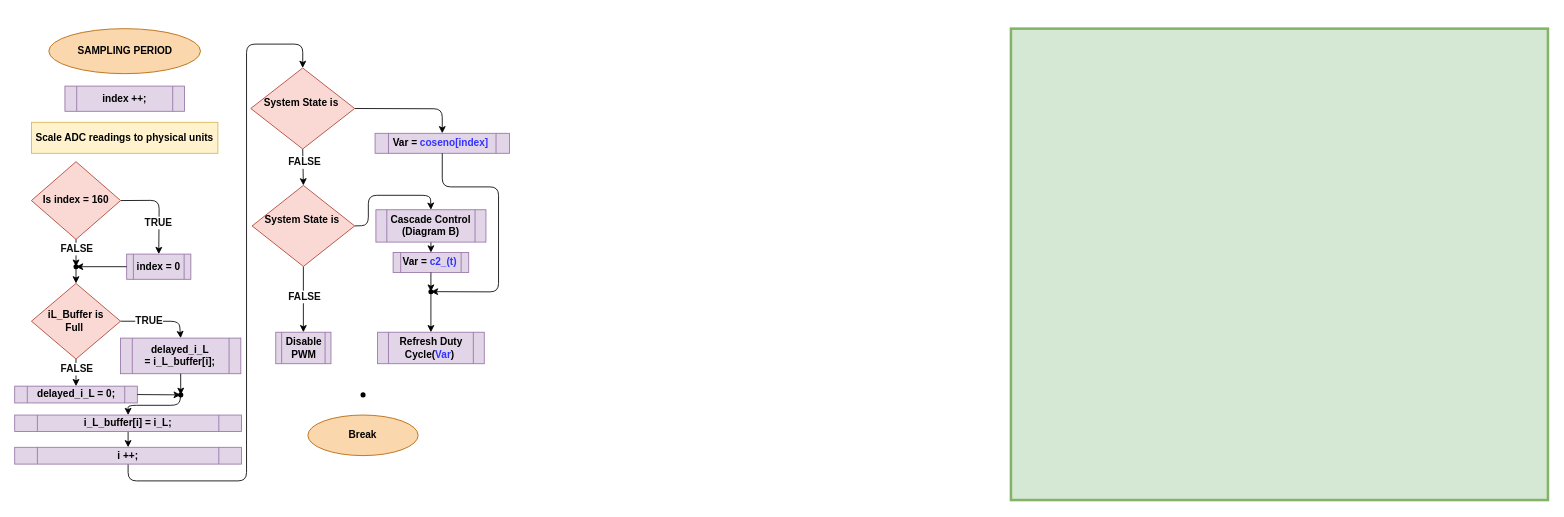
The draw.io diagram page "Control_Algorithm_V2" (3 of 5) of GF-Diagrams.drawio in JoseTrinidadLM/GRID_FORMING_STM32F446RE_PA, before the edit. Source tidied: cells renumbered, new cells numbered last; positions are measured from the earlier drawing's top-left corner, leaving out a move shared by most shapes. Both pictures are drawn from the tidied source at 84%, with x=0, y=0 at pixel (14, 29).
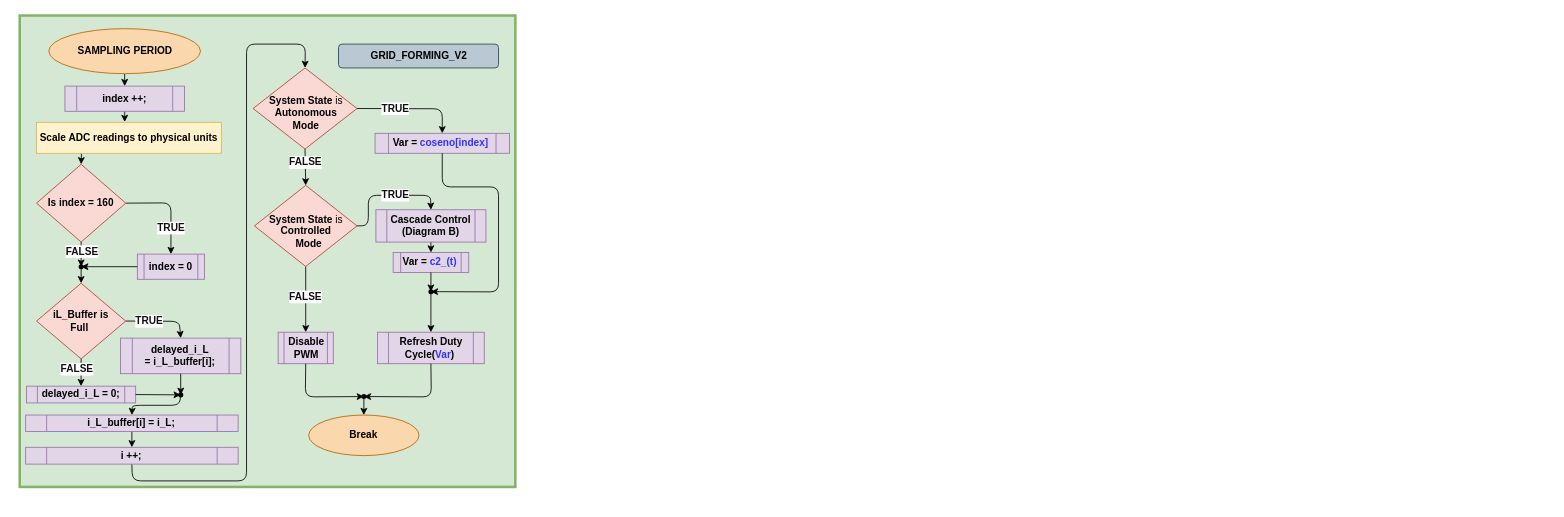
Above is the later version.

Commit message:
Flow Chart with GRID_FORMING_V2 in GF-Diagrams.drawio

The change refers to these unchanged cells:
```xml
<mxCell id="2" value="SAMPLING PERIOD" style="ellipse;whiteSpace=wrap;html=1;fillColor=#fad7ac;strokeColor=#b46504;fontStyle=1;" parent="1" vertex="1">
  <mxGeometry x="40.6" y="-0.4" width="180.6" height="53.6" as="geometry" />
</mxCell>
<mxCell id="7" value="&lt;div&gt;&lt;font style=&quot;color: rgb(0, 0, 0);&quot;&gt;index ++;&lt;/font&gt;&lt;/div&gt;" style="shape=process;whiteSpace=wrap;html=1;backgroundOutline=1;fontStyle=1;fillColor=#e1d5e7;strokeColor=#9673a6;" parent="1" vertex="1">
  <mxGeometry x="59.8" y="68" width="142.3" height="30" as="geometry" />
</mxCell>
<mxCell id="33" style="shape=waypoint;sketch=0;fillStyle=solid;size=6;points=[];fillColor=none;perimeter=centerPerimeter;snapToPoint=1;strokeColor=light-dark(#000000,#000000);" parent="1" vertex="1">
  <mxGeometry x="187.7" y="425.6" width="20" height="20" as="geometry" />
</mxCell>
<mxCell id="37" value="Refresh Duty Cycle(&lt;font style=&quot;color: rgb(51, 51, 255);&quot;&gt;Var&lt;/font&gt;)&amp;nbsp;" style="shape=process;whiteSpace=wrap;html=1;backgroundOutline=1;fontStyle=1;fillColor=#e1d5e7;strokeColor=#9673a6;" parent="1" vertex="1">
  <mxGeometry x="432" y="361" width="127" height="37.5" as="geometry" />
</mxCell>
```

Diff of the diagram source:
```diff
@@
+    <mxCell id="49" style="rounded=0;whiteSpace=wrap;html=1;strokeColor=#82b366;fillColor=#d5e8d4;strokeWidth=3;" parent="1" vertex="1">
+      <mxGeometry x="6" y="-16" width="590" height="561.2" as="geometry" />
+    </mxCell>
+    <mxCell id="50" style="edgeStyle=none;html=1;exitX=0.5;exitY=1;exitDx=0;exitDy=0;entryX=0.5;entryY=0;entryDx=0;entryDy=0;" parent="1" edge="1" source="2" target="7">
+      <mxGeometry relative="1" as="geometry" />
+    </mxCell>
@@
+    <mxCell id="51" style="edgeStyle=none;html=1;exitX=0.243;exitY=1.003;exitDx=0;exitDy=0;entryX=0.5;entryY=0;entryDx=0;entryDy=0;exitPerimeter=0;" parent="1" edge="1" source="3" target="5">
+      <mxGeometry relative="1" as="geometry" />
+    </mxCell>
     <mxCell id="3" value="Scale ADC readings to physical units" style="whiteSpace=wrap;html=1;fontStyle=1;fillColor=#fff2cc;strokeColor=#d6b656;" parent="1" vertex="1">
-      <mxGeometry x="19.9" y="111.1" width="222" height="36.9" as="geometry" />
+      <mxGeometry x="26" y="111.1" width="220" height="36.9" as="geometry" />
     </mxCell>
     <mxCell id="4" style="edgeStyle=none;html=1;exitX=1;exitY=0.5;exitDx=0;exitDy=0;entryX=0.5;entryY=0;entryDx=0;entryDy=0;" parent="1" edge="1" source="5" target="8">
       <mxGeometry relative="1" as="geometry">
         <Array as="points">
-          <mxPoint x="172" y="204" />
+          <mxPoint x="186" y="207" />
         </Array>
       </mxGeometry>
     </mxCell>
     <mxCell id="5" value="Is index = 160" style="rhombus;whiteSpace=wrap;html=1;fontStyle=1;fillColor=#fad9d5;strokeColor=#ae4132;" parent="1" vertex="1">
-      <mxGeometry x="19.9" y="158" width="106.2" height="92.5" as="geometry" />
+      <mxGeometry x="26" y="161.1" width="106.2" height="92.5" as="geometry" />
     </mxCell>
-    <mxCell id="6" value="&lt;font style=&quot;color: light-dark(rgb(15, 15, 15), rgb(36, 36, 36));&quot;&gt;TRUE&lt;/font&gt;" style="text;html=1;whiteSpace=wrap;strokeColor=none;fillColor=none;align=center;verticalAlign=middle;rounded=0;labelBackgroundColor=default;fontStyle=1;" parent="1" vertex="1">
-      <mxGeometry x="144.1" y="215.2" width="54.7" height="32.2" as="geometry" />
-    </mxCell>
+    <mxCell id="52" style="edgeStyle=none;html=1;exitX=0.5;exitY=1;exitDx=0;exitDy=0;entryX=0.477;entryY=-0.01;entryDx=0;entryDy=0;entryPerimeter=0;" parent="1" edge="1" source="7" target="3">
+      <mxGeometry relative="1" as="geometry" />
+    </mxCell>
@@
     <mxCell id="8" value="index = 0" style="shape=process;whiteSpace=wrap;html=1;backgroundOutline=1;fontStyle=1;fillColor=#e1d5e7;strokeColor=#9673a6;" parent="1" vertex="1">
-      <mxGeometry x="133.3" y="268" width="76.4" height="30" as="geometry" />
+      <mxGeometry x="146" y="268" width="80" height="30" as="geometry" />
     </mxCell>
     <mxCell id="9" style="shape=waypoint;sketch=0;fillStyle=solid;size=6;points=[];fillColor=none;perimeter=centerPerimeter;snapToPoint=1;strokeColor=light-dark(#000000,#000000);" parent="1" vertex="1">
-      <mxGeometry x="63" y="273" width="20" height="20" as="geometry" />
+      <mxGeometry x="69.1" y="273" width="20" height="20" as="geometry" />
     </mxCell>
@@
     <mxCell id="12" value="&lt;font style=&quot;color: rgb(0, 0, 0);&quot;&gt;iL_Buffer is&lt;/font&gt;&lt;div&gt;&lt;font style=&quot;color: rgb(0, 0, 0);&quot;&gt;Full&amp;nbsp;&lt;/font&gt;&lt;/div&gt;" style="rhombus;whiteSpace=wrap;html=1;fontStyle=1;fillColor=#fad9d5;strokeColor=#ae4132;" parent="1" vertex="1">
-      <mxGeometry x="19.9" y="302.9" width="106.1" height="90" as="geometry" />
+      <mxGeometry x="26" y="302.7" width="106.1" height="90" as="geometry" />
     </mxCell>
@@
     <mxCell id="14" value="delayed_i_L = 0;" style="shape=process;whiteSpace=wrap;html=1;backgroundOutline=1;fontStyle=1;fillColor=#e1d5e7;strokeColor=#9673a6;" parent="1" vertex="1">
-      <mxGeometry y="425.2" width="146" height="20" as="geometry" />
+      <mxGeometry x="14" y="425.2" width="130" height="20" as="geometry" />
     </mxCell>
@@
-    <mxCell id="17" value="System State is&amp;nbsp;&lt;div&gt;&lt;br&gt;&lt;/div&gt;" style="rhombus;whiteSpace=wrap;html=1;fontStyle=1;fillColor=#fad9d5;strokeColor=#ae4132;" parent="1" vertex="1">
-      <mxGeometry x="281" y="46.4" width="123.7" height="96.5" as="geometry" />
+    <mxCell id="17" style="rhombus;whiteSpace=wrap;html=1;fontStyle=1;fillColor=#fad9d5;strokeColor=#ae4132;" parent="1" vertex="1">
+      <mxGeometry x="283.8" y="46.4" width="123.7" height="96.5" as="geometry" />
     </mxCell>
@@
-    <mxCell id="20" value="System State is&amp;nbsp;&lt;div&gt;&lt;br&gt;&lt;/div&gt;" style="rhombus;whiteSpace=wrap;html=1;fontStyle=1;fillColor=#fad9d5;strokeColor=#ae4132;" parent="1" vertex="1">
-      <mxGeometry x="282.6" y="186.2" width="122.1" height="96.5" as="geometry" />
+    <mxCell id="20" value="&lt;div&gt;&lt;br&gt;&lt;/div&gt;" style="rhombus;whiteSpace=wrap;html=1;fontStyle=1;fillColor=#fad9d5;strokeColor=#ae4132;" parent="1" vertex="1">
+      <mxGeometry x="285.4" y="186.2" width="122.1" height="96.5" as="geometry" />
     </mxCell>
@@
     <mxCell id="23" value="Disable PWM" style="shape=process;whiteSpace=wrap;html=1;backgroundOutline=1;fontStyle=1;fillColor=#e1d5e7;strokeColor=#9673a6;" parent="1" vertex="1">
-      <mxGeometry x="310.8" y="361" width="65.7" height="37.5" as="geometry" />
+      <mxGeometry x="313.6" y="361" width="65.7" height="37.5" as="geometry" />
     </mxCell>
@@
     <mxCell id="26" value="&lt;div&gt;&lt;font style=&quot;color: rgb(0, 0, 0);&quot;&gt;i_L_buffer[i] = i_L;&lt;/font&gt;&lt;/div&gt;" style="shape=process;whiteSpace=wrap;html=1;backgroundOutline=1;fontStyle=1;fillColor=#e1d5e7;strokeColor=#9673a6;" parent="1" vertex="1">
-      <mxGeometry y="459.6" width="270" height="19.5" as="geometry" />
+      <mxGeometry x="13" y="459.6" width="253" height="19.5" as="geometry" />
     </mxCell>
     <mxCell id="27" style="edgeStyle=none;html=1;exitX=0.5;exitY=1;exitDx=0;exitDy=0;entryX=0.5;entryY=0;entryDx=0;entryDy=0;" parent="1" edge="1" source="28" target="17">
       <mxGeometry relative="1" as="geometry">
         <Array as="points">
-          <mxPoint x="135" y="538" />
+          <mxPoint x="140" y="538" />
           <mxPoint x="276" y="538" />
           <mxPoint x="276" y="18" />
-          <mxPoint x="343" y="18" />
+          <mxPoint x="346" y="18" />
         </Array>
       </mxGeometry>
     </mxCell>
     <mxCell id="28" value="&lt;div&gt;&lt;font style=&quot;color: rgb(0, 0, 0);&quot;&gt;i ++;&lt;/font&gt;&lt;/div&gt;" style="shape=process;whiteSpace=wrap;html=1;backgroundOutline=1;fontStyle=1;fillColor=#e1d5e7;strokeColor=#9673a6;" parent="1" vertex="1">
-      <mxGeometry y="498" width="270" height="20" as="geometry" />
+      <mxGeometry x="13" y="498" width="253" height="20" as="geometry" />
     </mxCell>
@@
     <mxCell id="31" value="&lt;font style=&quot;color: light-dark(rgb(15, 15, 15), rgb(36, 36, 36));&quot;&gt;FALSE&lt;/font&gt;" style="text;html=1;whiteSpace=wrap;strokeColor=none;fillColor=none;align=center;verticalAlign=middle;rounded=0;labelBackgroundColor=default;fontStyle=1;" parent="1" vertex="1">
-      <mxGeometry x="318.3" y="142.9" width="54.7" height="32.2" as="geometry" />
+      <mxGeometry x="319.1" y="142.9" width="54.7" height="32.2" as="geometry" />
     </mxCell>
     <mxCell id="32" value="&lt;font style=&quot;color: light-dark(rgb(15, 15, 15), rgb(36, 36, 36));&quot;&gt;FALSE&lt;/font&gt;" style="text;html=1;whiteSpace=wrap;strokeColor=none;fillColor=none;align=center;verticalAlign=middle;rounded=0;labelBackgroundColor=default;fontStyle=1;" parent="1" vertex="1">
-      <mxGeometry x="317.8" y="302.9" width="54.7" height="32.2" as="geometry" />
+      <mxGeometry x="319.1" y="302.7" width="54.7" height="32.2" as="geometry" />
     </mxCell>
@@
     <mxCell id="36" style="endArrow=classic;html=1;exitX=0.442;exitY=0.974;exitDx=0;exitDy=0;exitPerimeter=0;entryX=0.5;entryY=0;entryDx=0;entryDy=0;" parent="1" edge="1" source="33" target="26">
       <mxGeometry relative="1" as="geometry">
         <Array as="points">
           <mxPoint x="196" y="448" />
-          <mxPoint x="135" y="448" />
+          <mxPoint x="140" y="448" />
         </Array>
       </mxGeometry>
     </mxCell>
@@
     <mxCell id="40" value="Break" style="ellipse;whiteSpace=wrap;html=1;fontStyle=1;fillColor=#fad7ac;strokeColor=#b46504;" parent="1" vertex="1">
-      <mxGeometry x="349" y="459.6" width="131.3" height="48.3" as="geometry" />
+      <mxGeometry x="350" y="459.6" width="131.3" height="48.3" as="geometry" />
     </mxCell>
-    <mxCell id="41" style="edgeStyle=none;html=1;exitX=0.5;exitY=1;exitDx=0;exitDy=0;entryX=0.488;entryY=0.207;entryDx=0;entryDy=0;entryPerimeter=0;" parent="1" edge="1" source="5" target="9">
-      <mxGeometry relative="1" as="geometry" />
-    </mxCell>
-    <mxCell id="42" value="&lt;font style=&quot;color: light-dark(rgb(15, 15, 15), rgb(36, 36, 36));&quot;&gt;FALSE&lt;/font&gt;" style="text;html=1;whiteSpace=wrap;strokeColor=none;fillColor=none;align=center;verticalAlign=middle;rounded=0;labelBackgroundColor=default;fontStyle=1;" parent="1" vertex="1">
-      <mxGeometry x="46.6" y="245.8" width="54.7" height="32.2" as="geometry" />
-    </mxCell>
-    <mxCell id="43" style="endArrow=classic;html=1;exitX=0.431;exitY=0.75;exitDx=0;exitDy=0;exitPerimeter=0;entryX=0.5;entryY=0;entryDx=0;entryDy=0;" parent="1" edge="1" source="9" target="12">
-      <mxGeometry relative="1" as="geometry" />
-    </mxCell>
-    <mxCell id="44" style="edgeStyle=none;html=1;exitX=0;exitY=0.5;exitDx=0;exitDy=0;entryX=0.974;entryY=0.521;entryDx=0;entryDy=0;entryPerimeter=0;" parent="1" edge="1" source="8" target="9">
-      <mxGeometry relative="1" as="geometry" />
-    </mxCell>
@@
     <mxCell id="48" style="shape=waypoint;sketch=0;fillStyle=solid;size=6;points=[];fillColor=none;perimeter=centerPerimeter;snapToPoint=1;strokeColor=light-dark(#000000,#000000);" parent="1" vertex="1">
-      <mxGeometry x="404.7" y="425.6" width="20" height="20" as="geometry" />
+      <mxGeometry x="405.7" y="427.6" width="20" height="20" as="geometry" />
     </mxCell>
-    <mxCell id="49" style="rounded=0;whiteSpace=wrap;html=1;strokeColor=#82b366;fillColor=#d5e8d4;strokeWidth=3;" parent="1" vertex="1">
-      <mxGeometry x="1186" y="-0.4" width="639.3" height="561.2" as="geometry" />
-    </mxCell>
+    <mxCell id="53" style="edgeStyle=none;html=1;exitX=0.5;exitY=1;exitDx=0;exitDy=0;entryX=0.984;entryY=0.508;entryDx=0;entryDy=0;entryPerimeter=0;" parent="1" edge="1" source="37" target="48">
+      <mxGeometry relative="1" as="geometry">
+        <Array as="points">
+          <mxPoint x="496" y="438" />
+        </Array>
+      </mxGeometry>
+    </mxCell>
+    <mxCell id="54" style="edgeStyle=none;html=1;exitX=0.5;exitY=1;exitDx=0;exitDy=0;entryX=0.066;entryY=0.507;entryDx=0;entryDy=0;entryPerimeter=0;" parent="1" edge="1" source="23" target="48">
+      <mxGeometry relative="1" as="geometry">
+        <Array as="points">
+          <mxPoint x="346" y="438" />
+        </Array>
+      </mxGeometry>
+    </mxCell>
+    <mxCell id="55" style="endArrow=classic;html=1;exitX=0.612;exitY=0.99;exitDx=0;exitDy=0;exitPerimeter=0;entryX=0.5;entryY=0;entryDx=0;entryDy=0;" parent="1" edge="1" source="48" target="40">
+      <mxGeometry relative="1" as="geometry" />
+    </mxCell>
+    <mxCell id="44" style="edgeStyle=none;html=1;exitX=0;exitY=0.5;exitDx=0;exitDy=0;entryX=0.898;entryY=0.467;entryDx=0;entryDy=0;entryPerimeter=0;" parent="1" edge="1" source="8" target="9">
+      <mxGeometry relative="1" as="geometry" />
+    </mxCell>
+    <mxCell id="41" style="edgeStyle=none;html=1;exitX=0.5;exitY=1;exitDx=0;exitDy=0;entryX=0.549;entryY=0.018;entryDx=0;entryDy=0;entryPerimeter=0;" parent="1" edge="1" source="5" target="9">
+      <mxGeometry relative="1" as="geometry" />
+    </mxCell>
+    <mxCell id="43" style="endArrow=classic;html=1;exitX=0.605;exitY=0.995;exitDx=0;exitDy=0;exitPerimeter=0;entryX=0.5;entryY=0;entryDx=0;entryDy=0;" parent="1" edge="1" source="9" target="12">
+      <mxGeometry relative="1" as="geometry" />
+    </mxCell>
+    <mxCell id="56" value="&lt;font style=&quot;color: light-dark(rgb(15, 15, 15), rgb(36, 36, 36));&quot;&gt;TRUE&lt;/font&gt;" style="text;html=1;whiteSpace=wrap;strokeColor=none;fillColor=none;align=center;verticalAlign=middle;rounded=0;labelBackgroundColor=default;fontStyle=1;" parent="1" vertex="1">
+      <mxGeometry x="158.6" y="221.2" width="54.7" height="32.2" as="geometry" />
+    </mxCell>
+    <mxCell id="42" value="&lt;font style=&quot;color: light-dark(rgb(15, 15, 15), rgb(36, 36, 36));&quot;&gt;FALSE&lt;/font&gt;" style="text;html=1;whiteSpace=wrap;strokeColor=none;fillColor=none;align=center;verticalAlign=middle;rounded=0;labelBackgroundColor=default;fontStyle=1;" parent="1" vertex="1">
+      <mxGeometry x="53.3" y="248.5" width="54.7" height="32.2" as="geometry" />
+    </mxCell>
+    <mxCell id="57" value="&lt;font style=&quot;color: light-dark(rgb(15, 15, 15), rgb(36, 36, 36));&quot;&gt;TRUE&lt;/font&gt;" style="text;html=1;whiteSpace=wrap;strokeColor=none;fillColor=none;align=center;verticalAlign=middle;rounded=0;labelBackgroundColor=default;fontStyle=1;" parent="1" vertex="1">
+      <mxGeometry x="425.7" y="78.8" width="54.7" height="32.2" as="geometry" />
+    </mxCell>
+    <mxCell id="58" value="&lt;font style=&quot;color: light-dark(rgb(15, 15, 15), rgb(36, 36, 36));&quot;&gt;TRUE&lt;/font&gt;" style="text;html=1;whiteSpace=wrap;strokeColor=none;fillColor=none;align=center;verticalAlign=middle;rounded=0;labelBackgroundColor=default;fontStyle=1;" parent="1" vertex="1">
+      <mxGeometry x="425.7" y="182" width="54.7" height="32.2" as="geometry" />
+    </mxCell>
+    <mxCell id="59" value="GRID_FORMING_V2" style="rounded=1;whiteSpace=wrap;html=1;fontStyle=1;fillColor=#bac8d3;strokeColor=#23445d;" parent="1" vertex="1">
+      <mxGeometry x="385.5" y="18" width="190.5" height="28.4" as="geometry" />
+    </mxCell>
+    <mxCell id="60" value="&lt;font style=&quot;color: rgb(0, 0, 0);&quot;&gt;&lt;b&gt;System State&lt;/b&gt; is &lt;b&gt;Autonomous&lt;/b&gt; &lt;b&gt;Mode&lt;/b&gt;&lt;/font&gt;" style="text;html=1;align=center;verticalAlign=middle;whiteSpace=wrap;rounded=0;" parent="1" vertex="1">
+      <mxGeometry x="301.5" y="85.1" width="90" height="30" as="geometry" />
+    </mxCell>
+    <mxCell id="61" value="&lt;font style=&quot;color: rgb(0, 0, 0);&quot;&gt;&lt;b&gt;System State&lt;/b&gt; is&lt;/font&gt;&lt;div&gt;&lt;font style=&quot;color: rgb(0, 0, 0);&quot;&gt;&lt;b&gt;Controlled&lt;/b&gt;&lt;/font&gt;&lt;/div&gt;&lt;div&gt;&lt;font style=&quot;color: rgb(0, 0, 0);&quot;&gt;&amp;nbsp;&amp;nbsp;&lt;b&gt;Mode&lt;/b&gt;&lt;/font&gt;&lt;/div&gt;" style="text;html=1;align=center;verticalAlign=middle;whiteSpace=wrap;rounded=0;" parent="1" vertex="1">
+      <mxGeometry x="301.5" y="225.7" width="90" height="30" as="geometry" />
+    </mxCell>
```
